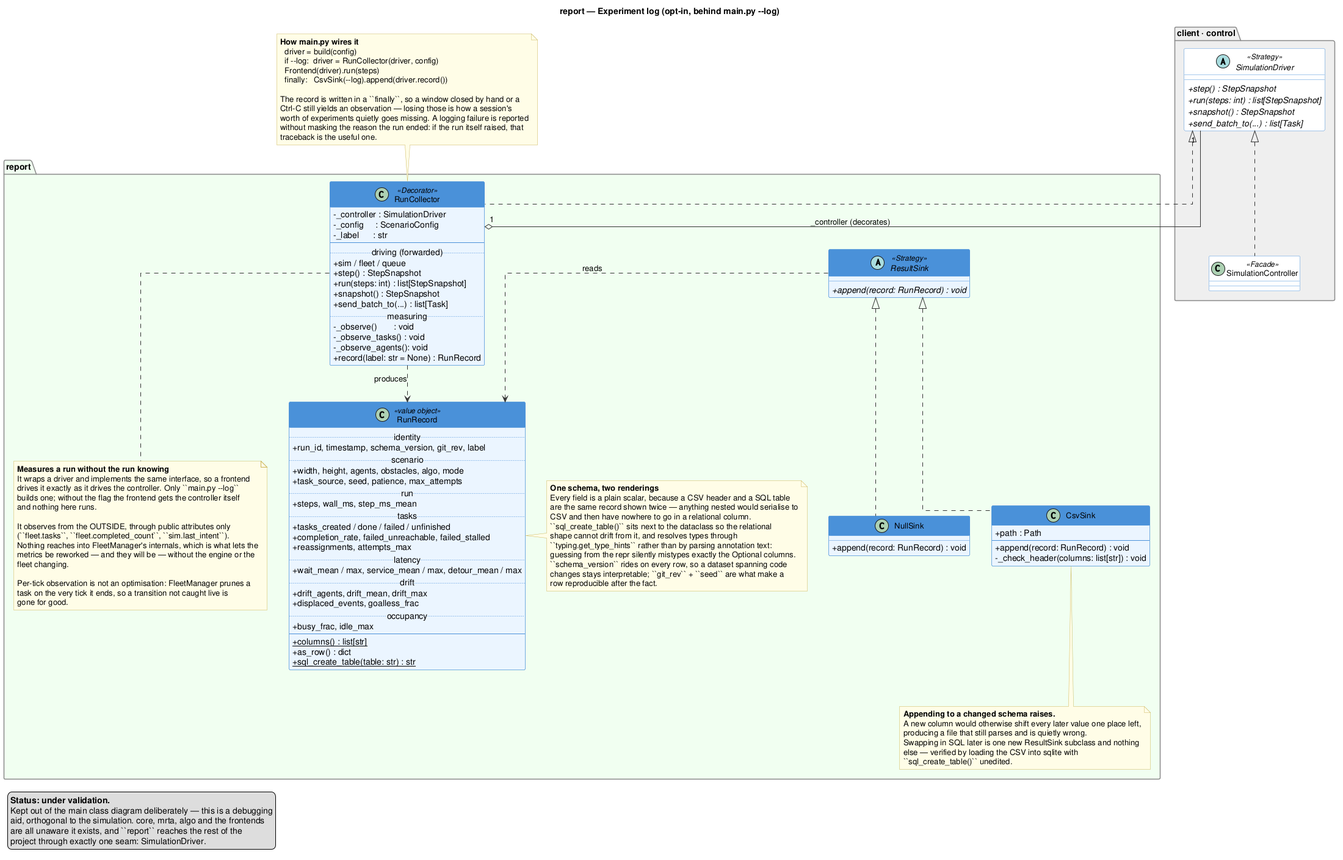
Before: diagrammes/report_diagram.png, a diagram exported from PlantUML (RasdaCorentin/MAPF_Simulation). The source it was exported from:
```plantuml
@startuml report_diagram


title report — Experiment log (opt-in, behind main.py --log)

skinparam classAttributeIconSize 0
skinparam classFontSize 13
skinparam ArrowColor #333333
skinparam ClassBorderColor #4A90D9
skinparam ClassBackgroundColor #EAF4FF
skinparam ClassHeaderBackgroundColor #4A90D9
skinparam ClassHeaderFontColor #FFFFFF
skinparam PackageBorderColor #888888
skinparam PackageBackgroundColor #F8F8F8
skinparam NoteBackgroundColor #FFFDE7
skinparam NoteBorderColor #C9B458
skinparam linetype ortho

package "client · control" #EEEEEE {
    abstract class SimulationDriver <<Strategy>> #FFFFFF {
        + {abstract} step() : StepSnapshot
        + {abstract} run(steps: int) : list[StepSnapshot]
        + {abstract} snapshot() : StepSnapshot
        + {abstract} send_batch_to(...) : list[Task]
    }
    class SimulationController <<Facade>> #FFFFFF {
    }
}

package "report" #F0FFF0 {

    class RunCollector <<Decorator>> {
        - _controller : SimulationDriver
        - _config     : ScenarioConfig
        - _label      : str
        --
        .. driving (forwarded) ..
        + sim / fleet / queue
        + step() : StepSnapshot
        + run(steps: int) : list[StepSnapshot]
        + snapshot() : StepSnapshot
        + send_batch_to(...) : list[Task]
        .. measuring ..
        - _observe()       : void
        - _observe_tasks() : void
        - _observe_agents(): void
        + record(label: str = None) : RunRecord
    }
    note bottom of RunCollector
      **Measures a run without the run knowing**
      It wraps a driver and implements the same interface, so a frontend
      drives it exactly as it drives the controller. Only ``main.py --log``
      builds one; without the flag the frontend gets the controller itself
      and nothing here runs.

      It observes from the OUTSIDE, through public attributes only
      (``fleet.tasks``, ``fleet.completed_count``, ``sim.last_intent``).
      Nothing reaches into FleetManager's internals, which is what lets the
      metrics be reworked — and they will be — without the engine or the
      fleet changing.

      Per-tick observation is not an optimisation: FleetManager prunes a
      task on the very tick it ends, so a transition not caught live is
      gone for good.
    end note

    class RunRecord <<value object>> {
        .. identity ..
        + run_id, timestamp, schema_version, git_rev, label
        .. scenario ..
        + width, height, agents, obstacles, algo, mode
        + task_source, seed, patience, max_attempts
        .. run ..
        + steps, wall_ms, step_ms_mean
        .. tasks ..
        + tasks_created / done / failed / unfinished
        + completion_rate, failed_unreachable, failed_stalled
        + reassignments, attempts_max
        .. latency ..
        + wait_mean / max, service_mean / max, detour_mean / max
        .. drift ..
        + drift_agents, drift_mean, drift_max
        + displaced_events, goalless_frac
        .. occupancy ..
        + busy_frac, idle_max
        --
        + {static} columns() : list[str]
        + as_row() : dict
        + {static} sql_create_table(table: str) : str
    }
    note right of RunRecord
      **One schema, two renderings**
      Every field is a plain scalar, because a CSV header and a SQL table
      are the same record shown twice — anything nested would serialise to
      CSV and then have nowhere to go in a relational column.
      ``sql_create_table()`` sits next to the dataclass so the relational
      shape cannot drift from it, and resolves types through
      ``typing.get_type_hints`` rather than by parsing annotation text:
      guessing from the repr silently mistypes exactly the Optional columns.
      ``schema_version`` rides on every row, so a dataset spanning code
      changes stays interpretable; ``git_rev`` + ``seed`` are what make a
      row reproducible after the fact.
    end note

    abstract class ResultSink <<Strategy>> {
        + {abstract} append(record: RunRecord) : void
    }

    class CsvSink {
        + path : Path
        --
        + append(record: RunRecord) : void
        - _check_header(columns: list[str]) : void
    }
    note bottom of CsvSink
      **Appending to a changed schema raises.**
      A new column would otherwise shift every later value one place left,
      producing a file that still parses and is quietly wrong.
      Swapping in SQL later is one new ResultSink subclass and nothing
      else — verified by loading the CSV into sqlite with
      ``sql_create_table()`` unedited.
    end note

    class NullSink {
        + append(record: RunRecord) : void
    }
}

SimulationDriver <|.. SimulationController
SimulationDriver <|.. RunCollector
RunCollector "1" o-- "1" SimulationDriver : "_controller (decorates)"
RunCollector ..> RunRecord : «produces»

ResultSink <|.. CsvSink
ResultSink <|.. NullSink
ResultSink ..> RunRecord : «reads»

note as N1
  **How main.py wires it**
    driver = build(config)
    if --log:  driver = RunCollector(driver, config)
    Frontend(driver).run(steps)
    finally:   CsvSink(--log).append(driver.record())

  The record is written in a ``finally``, so a window closed by hand or a
  Ctrl-C still yields an observation — losing those is how a session's
  worth of experiments quietly goes missing. A logging failure is reported
  without masking the reason the run ended: if the run itself raised, that
  traceback is the useful one.
end note
N1 .. RunCollector

legend bottom left
  **Status: under validation.**
  Kept out of the main class diagram deliberately — this is a debugging
  aid, orthogonal to the simulation. core, mrta, algo and the frontends
  are all unaware it exists, and ``report`` reaches the rest of the
  project through exactly one seam: SimulationDriver.
end legend

@enduml
```
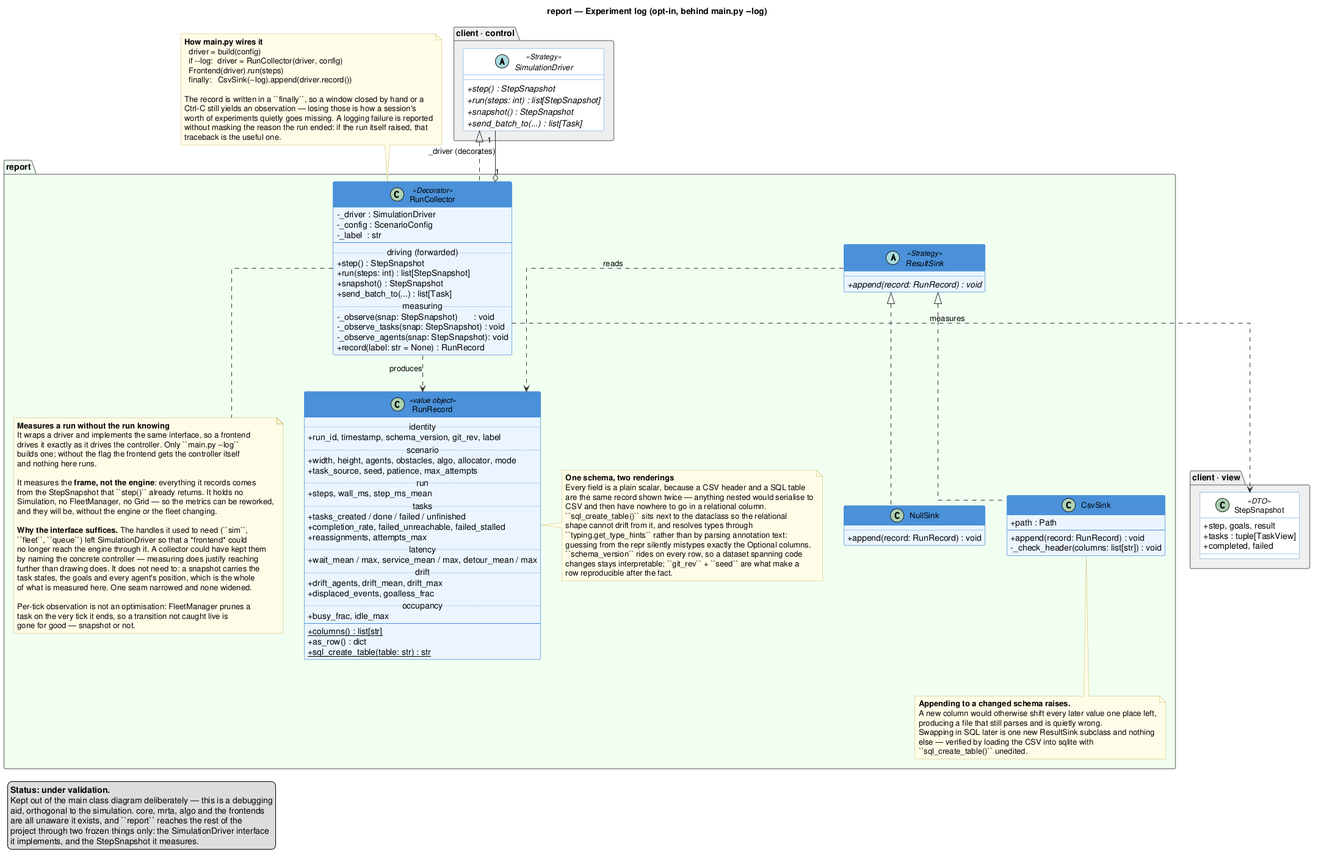
The same file after the commit.

Commit message:
docs(diagrams): describe the target architecture and route report through the interface

The edit, as a diff of the source:
```diff
@@ -23,27 +23,32 @@
         + {abstract} snapshot() : StepSnapshot
         + {abstract} send_batch_to(...) : list[Task]
     }
-    class SimulationController <<Facade>> #FFFFFF {
+}
+
+package "client · view" #EEEEEE {
+    class StepSnapshot <<DTO>> #FFFFFF {
+        + step, goals, result
+        + tasks : tuple[TaskView]
+        + completed, failed
     }
 }
 
 package "report" #F0FFF0 {
 
     class RunCollector <<Decorator>> {
-        - _controller : SimulationDriver
-        - _config     : ScenarioConfig
-        - _label      : str
+        - _driver : SimulationDriver
+        - _config : ScenarioConfig
+        - _label  : str
         --
         .. driving (forwarded) ..
-        + sim / fleet / queue
         + step() : StepSnapshot
         + run(steps: int) : list[StepSnapshot]
         + snapshot() : StepSnapshot
         + send_batch_to(...) : list[Task]
         .. measuring ..
-        - _observe()       : void
-        - _observe_tasks() : void
-        - _observe_agents(): void
+        - _observe(snap: StepSnapshot)       : void
+        - _observe_tasks(snap: StepSnapshot) : void
+        - _observe_agents(snap: StepSnapshot): void
         + record(label: str = None) : RunRecord
     }
     note bottom of RunCollector
@@ -53,22 +58,29 @@
       builds one; without the flag the frontend gets the controller itself
       and nothing here runs.
 
-      It observes from the OUTSIDE, through public attributes only
-      (``fleet.tasks``, ``fleet.completed_count``, ``sim.last_intent``).
-      Nothing reaches into FleetManager's internals, which is what lets the
-      metrics be reworked — and they will be — without the engine or the
-      fleet changing.
+      It measures the **frame, not the engine**: everything it records comes
+      from the StepSnapshot that ``step()`` already returns. It holds no
+      Simulation, no FleetManager, no Grid — so the metrics can be reworked,
+      and they will be, without the engine or the fleet changing.
+
+      **Why the interface suffices.** The handles it used to need (``sim``,
+      ``fleet``, ``queue``) left SimulationDriver so that a *frontend* could
+      no longer reach the engine through it. A collector could have kept them
+      by naming the concrete controller — measuring does justify reaching
+      further than drawing does. It does not need to: a snapshot carries the
+      task states, the goals and every agent's position, which is the whole
+      of what is measured here. One seam narrowed and none widened.
 
       Per-tick observation is not an optimisation: FleetManager prunes a
       task on the very tick it ends, so a transition not caught live is
-      gone for good.
+      gone for good — snapshot or not.
     end note
 
     class RunRecord <<value object>> {
         .. identity ..
         + run_id, timestamp, schema_version, git_rev, label
         .. scenario ..
-        + width, height, agents, obstacles, algo, mode
+        + width, height, agents, obstacles, algo, allocator, mode
         + task_source, seed, patience, max_attempts
         .. run ..
         + steps, wall_ms, step_ms_mean
@@ -126,9 +138,9 @@
     }
 }
 
-SimulationDriver <|.. SimulationController
 SimulationDriver <|.. RunCollector
-RunCollector "1" o-- "1" SimulationDriver : "_controller (decorates)"
+RunCollector "1" o-- "1" SimulationDriver : "_driver (decorates)"
+RunCollector ..> StepSnapshot : «measures»
 RunCollector ..> RunRecord : «produces»
 
 ResultSink <|.. CsvSink
@@ -155,7 +167,8 @@
   Kept out of the main class diagram deliberately — this is a debugging
   aid, orthogonal to the simulation. core, mrta, algo and the frontends
   are all unaware it exists, and ``report`` reaches the rest of the
-  project through exactly one seam: SimulationDriver.
+  project through two frozen things only: the SimulationDriver interface
+  it implements, and the StepSnapshot it measures.
 end legend
 
 @enduml
```
